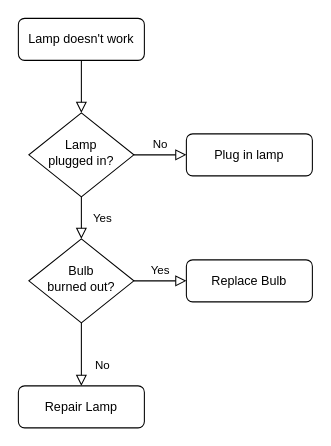
Earlier version of the draw.io diagram Untitled Diagram.drawio (Becmar99/prog2). Source tidied: cells renumbered, new cells numbered last; positions are measured from the earlier drawing's top-left corner, leaving out a move shared by most shapes. Both pictures are drawn from the tidied source at 105%, with x=0, y=0 at pixel (18, 18).
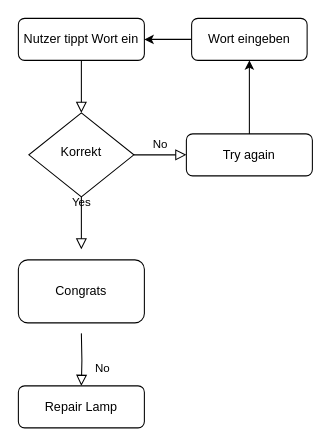
After the change.

Diff of the diagram source:
```diff
@@
 <mxGraphModel>
   <root>
     <mxCell id="0" />
     <mxCell id="1" parent="0" />
     <mxCell id="2" style="rounded=0;html=1;jettySize=auto;fontSize=11;endArrow=block;endFill=0;endSize=8;strokeWidth=1;shadow=0;labelBackgroundColor=none;edgeStyle=orthogonalEdgeStyle;" parent="1" edge="1" source="3" target="6">
       <mxGeometry relative="1" as="geometry" />
     </mxCell>
-    <mxCell id="3" value="Lamp doesn't work" style="rounded=1;whiteSpace=wrap;html=1;fontSize=12;glass=0;strokeWidth=1;shadow=0;" parent="1" vertex="1">
+    <mxCell id="3" value="Nutzer tippt Wort ein" style="rounded=1;whiteSpace=wrap;html=1;fontSize=12;glass=0;strokeWidth=1;shadow=0;" parent="1" vertex="1">
       <mxGeometry width="120" height="40" as="geometry" />
     </mxCell>
-    <mxCell id="4" value="Yes" style="rounded=0;html=1;jettySize=auto;fontSize=11;endArrow=block;endFill=0;endSize=8;strokeWidth=1;shadow=0;labelBackgroundColor=none;edgeStyle=orthogonalEdgeStyle;" parent="1" edge="1" source="6" target="10">
-      <mxGeometry y="20" relative="1" as="geometry" />
+    <mxCell id="4" value="Yes" style="rounded=0;html=1;jettySize=auto;fontSize=11;endArrow=block;endFill=0;endSize=8;strokeWidth=1;shadow=0;labelBackgroundColor=none;edgeStyle=orthogonalEdgeStyle;" parent="1" edge="1" source="6">
+      <mxGeometry y="20" relative="1" as="geometry">
+        <mxPoint x="60" y="220" as="targetPoint" />
+      </mxGeometry>
     </mxCell>
     <mxCell id="5" value="No" style="edgeStyle=orthogonalEdgeStyle;rounded=0;html=1;jettySize=auto;fontSize=11;endArrow=block;endFill=0;endSize=8;strokeWidth=1;shadow=0;labelBackgroundColor=none;" parent="1" edge="1" source="6" target="7">
       <mxGeometry y="10" relative="1" as="geometry" />
     </mxCell>
-    <mxCell id="6" value="Lamp&lt;br&gt;plugged in?" style="rhombus;whiteSpace=wrap;html=1;shadow=0;fontFamily=Helvetica;fontSize=12;align=center;strokeWidth=1;spacing=6;spacingTop=-4;" parent="1" vertex="1">
+    <mxCell id="6" value="Korrekt" style="rhombus;whiteSpace=wrap;html=1;shadow=0;fontFamily=Helvetica;fontSize=12;align=center;strokeWidth=1;spacing=6;spacingTop=-4;" parent="1" vertex="1">
       <mxGeometry x="10" y="90" width="100" height="80" as="geometry" />
     </mxCell>
+    <mxCell id="13" style="edgeStyle=orthogonalEdgeStyle;rounded=0;jettySize=auto;html=1;" parent="1" edge="1" source="7" target="16">
+      <mxGeometry relative="1" as="geometry" />
+    </mxCell>
-    <mxCell id="7" value="Plug in lamp" style="rounded=1;whiteSpace=wrap;html=1;fontSize=12;glass=0;strokeWidth=1;shadow=0;" parent="1" vertex="1">
+    <mxCell id="7" value="Try again" style="rounded=1;whiteSpace=wrap;html=1;fontSize=12;glass=0;strokeWidth=1;shadow=0;" parent="1" vertex="1">
       <mxGeometry x="160" y="110" width="120" height="40" as="geometry" />
     </mxCell>
-    <mxCell id="8" value="No" style="rounded=0;html=1;jettySize=auto;fontSize=11;endArrow=block;endFill=0;endSize=8;strokeWidth=1;shadow=0;labelBackgroundColor=none;edgeStyle=orthogonalEdgeStyle;" parent="1" edge="1" source="10" target="11">
-      <mxGeometry x="0.33" y="20" relative="1" as="geometry" />
+    <mxCell id="8" value="No" style="rounded=0;html=1;jettySize=auto;fontSize=11;endArrow=block;endFill=0;endSize=8;strokeWidth=1;shadow=0;labelBackgroundColor=none;edgeStyle=orthogonalEdgeStyle;" parent="1" edge="1" target="11">
+      <mxGeometry x="0.33" y="20" relative="1" as="geometry">
+        <mxPoint x="60" y="300" as="sourcePoint" />
+      </mxGeometry>
     </mxCell>
-    <mxCell id="9" value="Yes" style="edgeStyle=orthogonalEdgeStyle;rounded=0;html=1;jettySize=auto;fontSize=11;endArrow=block;endFill=0;endSize=8;strokeWidth=1;shadow=0;labelBackgroundColor=none;" parent="1" edge="1" source="10" target="12">
-      <mxGeometry y="10" relative="1" as="geometry" />
-    </mxCell>
-    <mxCell id="10" value="Bulb&lt;br&gt;burned out?" style="rhombus;whiteSpace=wrap;html=1;shadow=0;fontFamily=Helvetica;fontSize=12;align=center;strokeWidth=1;spacing=6;spacingTop=-4;" parent="1" vertex="1">
-      <mxGeometry x="10" y="210" width="100" height="80" as="geometry" />
-    </mxCell>
     <mxCell id="11" value="Repair Lamp" style="rounded=1;whiteSpace=wrap;html=1;fontSize=12;glass=0;strokeWidth=1;shadow=0;" parent="1" vertex="1">
       <mxGeometry y="350" width="120" height="40" as="geometry" />
     </mxCell>
-    <mxCell id="12" value="Replace Bulb" style="rounded=1;whiteSpace=wrap;html=1;fontSize=12;glass=0;strokeWidth=1;shadow=0;" parent="1" vertex="1">
-      <mxGeometry x="160" y="230" width="120" height="40" as="geometry" />
-    </mxCell>
+    <mxCell id="14" value="Congrats" style="rounded=1;whiteSpace=wrap;html=1;" parent="1" vertex="1">
+      <mxGeometry y="230" width="120" height="60" as="geometry" />
+    </mxCell>
+    <mxCell id="15" style="edgeStyle=orthogonalEdgeStyle;rounded=0;jettySize=auto;html=1;" parent="1" edge="1" source="16" target="3">
+      <mxGeometry relative="1" as="geometry" />
+    </mxCell>
+    <mxCell id="16" value="Wort eingeben" style="rounded=1;whiteSpace=wrap;html=1;fontSize=12;glass=0;strokeWidth=1;shadow=0;" parent="1" vertex="1">
+      <mxGeometry x="165" width="110" height="40" as="geometry" />
+    </mxCell>
   </root>
 </mxGraphModel>
```
